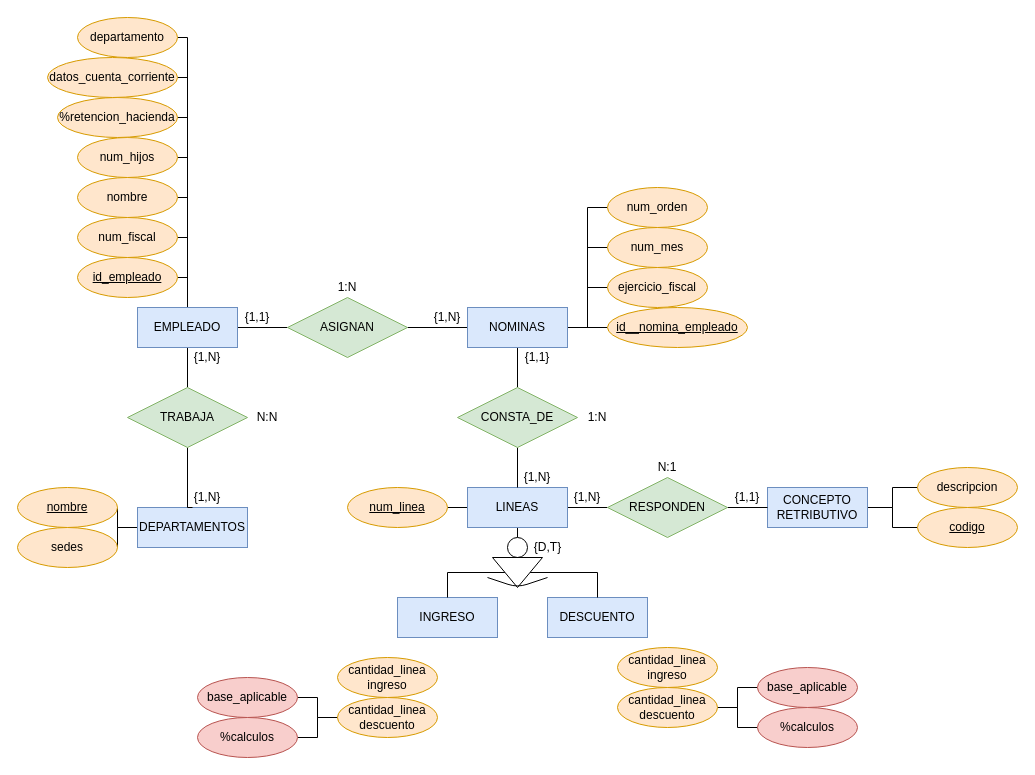
Above: Gestion_nominas.drawio in Axel-Vicente/BBDD (draw.io), before the change. Source tidied: cells renumbered, new cells numbered last; positions are measured from the earlier drawing's top-left corner, leaving out a move shared by most shapes. Both pictures are drawn from the tidied source at 100%, with x=0, y=0 at pixel (17, 17).
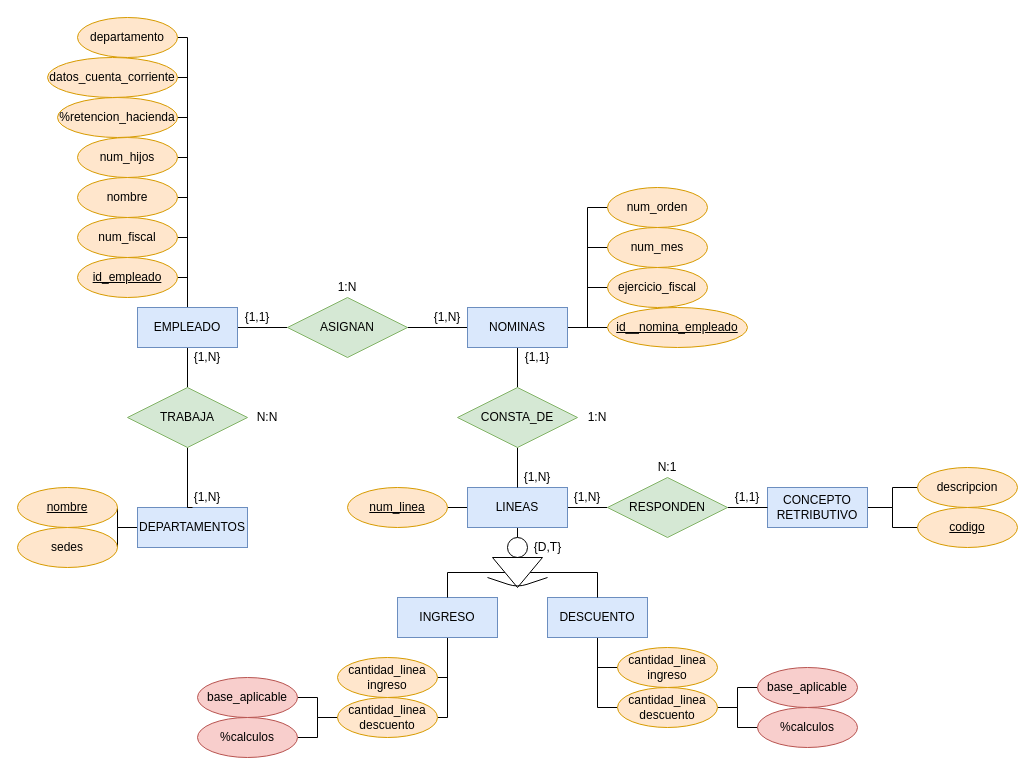
Above is the later version.

Unchanged cells that the change refers to:
```xml
<mxCell id="54" value="INGRESO" style="whiteSpace=wrap;html=1;align=center;fillColor=#dae8fc;strokeColor=#6c8ebf;" parent="1" vertex="1">
  <mxGeometry x="380" y="580" width="100" height="40" as="geometry" />
</mxCell>
<mxCell id="55" value="DESCUENTO" style="whiteSpace=wrap;html=1;align=center;fillColor=#dae8fc;strokeColor=#6c8ebf;" parent="1" vertex="1">
  <mxGeometry x="530" y="580" width="100" height="40" as="geometry" />
</mxCell>
<mxCell id="62" value="cantidad_linea&lt;br&gt;ingreso" style="ellipse;whiteSpace=wrap;html=1;align=center;fillColor=#ffe6cc;strokeColor=#d79b00;" parent="1" vertex="1">
  <mxGeometry x="320" y="640" width="100" height="40" as="geometry" />
</mxCell>
<mxCell id="65" value="cantidad_linea&lt;br&gt;descuento" style="ellipse;whiteSpace=wrap;html=1;align=center;fillColor=#ffe6cc;strokeColor=#d79b00;" parent="1" vertex="1">
  <mxGeometry x="320" y="680" width="100" height="40" as="geometry" />
</mxCell>
<mxCell id="66" value="cantidad_linea&lt;br&gt;ingreso" style="ellipse;whiteSpace=wrap;html=1;align=center;fillColor=#ffe6cc;strokeColor=#d79b00;" parent="1" vertex="1">
  <mxGeometry x="600" y="630" width="100" height="40" as="geometry" />
</mxCell>
<mxCell id="69" value="cantidad_linea&lt;br&gt;descuento" style="ellipse;whiteSpace=wrap;html=1;align=center;fillColor=#ffe6cc;strokeColor=#d79b00;" parent="1" vertex="1">
  <mxGeometry x="600" y="670" width="100" height="40" as="geometry" />
</mxCell>
```

The edit, as a diff of the source:
```diff
@@
+    <mxCell id="84" style="edgeStyle=orthogonalEdgeStyle;rounded=0;jettySize=auto;html=1;exitX=0.5;exitY=1;exitDx=0;exitDy=0;entryX=1;entryY=0.5;entryDx=0;entryDy=0;endArrow=none;endFill=0;" parent="1" edge="1" source="54" target="62">
+      <mxGeometry relative="1" as="geometry">
+        <Array as="points">
+          <mxPoint x="430" y="660" />
+        </Array>
+      </mxGeometry>
+    </mxCell>
+    <mxCell id="85" style="edgeStyle=orthogonalEdgeStyle;rounded=0;jettySize=auto;html=1;exitX=0.5;exitY=1;exitDx=0;exitDy=0;entryX=1;entryY=0.5;entryDx=0;entryDy=0;endArrow=none;endFill=0;" parent="1" edge="1" source="54" target="65">
+      <mxGeometry relative="1" as="geometry">
+        <Array as="points">
+          <mxPoint x="430" y="700" />
+        </Array>
+      </mxGeometry>
+    </mxCell>
@@
+    <mxCell id="86" style="edgeStyle=orthogonalEdgeStyle;rounded=0;jettySize=auto;html=1;exitX=0.5;exitY=1;exitDx=0;exitDy=0;entryX=0;entryY=0.5;entryDx=0;entryDy=0;endArrow=none;endFill=0;" parent="1" edge="1" source="55" target="66">
+      <mxGeometry relative="1" as="geometry">
+        <Array as="points">
+          <mxPoint x="580" y="650" />
+        </Array>
+      </mxGeometry>
+    </mxCell>
+    <mxCell id="87" style="edgeStyle=orthogonalEdgeStyle;rounded=0;jettySize=auto;html=1;exitX=0.5;exitY=1;exitDx=0;exitDy=0;entryX=0;entryY=0.5;entryDx=0;entryDy=0;endArrow=none;endFill=0;" parent="1" edge="1" source="55" target="69">
+      <mxGeometry relative="1" as="geometry" />
+    </mxCell>
```
